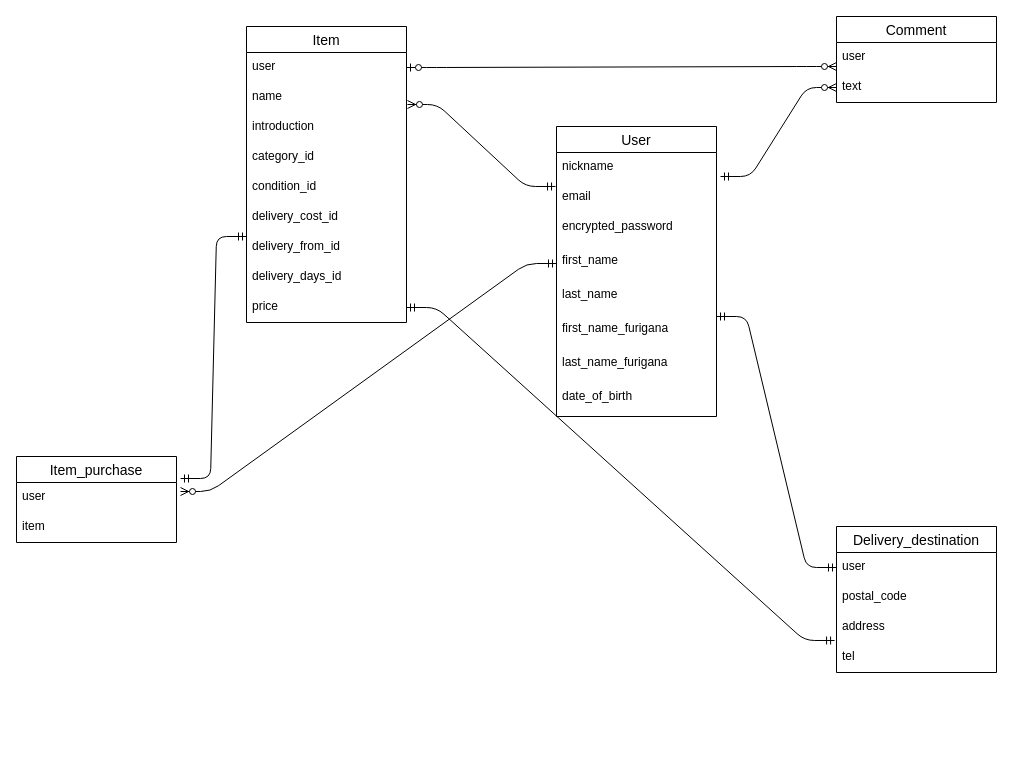
Before: test.dio in sohmama/furima-30978, a draw.io diagram. Source tidied: cells renumbered, new cells numbered last; positions are measured from the earlier drawing's top-left corner, leaving out a move shared by most shapes. Both pictures are drawn from the tidied source at 100%, with x=0, y=0 at pixel (16, 16).
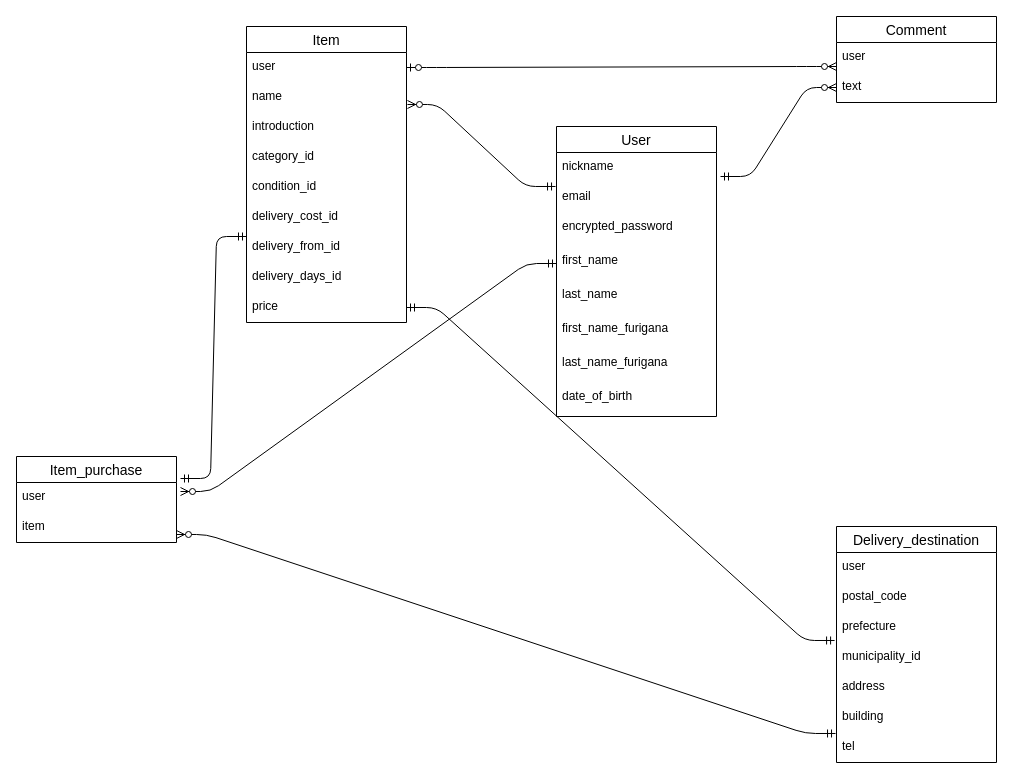
The same diagram, later.

Commit message (it also covers changes not shown here):
レビューに基づく修正2

The change refers to these unchanged cells:
```xml
<mxCell id="22" value="user" style="text;strokeColor=none;fillColor=none;spacingLeft=4;spacingRight=4;overflow=hidden;points=[[0,0.5],[1,0.5]];portConstraint=eastwest;fontSize=12;" parent="21" vertex="1">
  <mxGeometry y="26" width="160" height="30" as="geometry" />
</mxCell>
<mxCell id="35" value="item" style="text;strokeColor=none;fillColor=none;spacingLeft=4;spacingRight=4;overflow=hidden;points=[[0,0.5],[1,0.5]];portConstraint=eastwest;fontSize=12;" parent="33" vertex="1">
  <mxGeometry y="56" width="160" height="30" as="geometry" />
</mxCell>
```

Change to the diagram source:
```diff
@@
     <mxCell id="21" value="Delivery_destination" style="swimlane;fontStyle=0;horizontal=1;startSize=26;align=center;fontSize=14;rounded=0;sketch=0;" parent="1" vertex="1">
-      <mxGeometry x="820" y="510" width="160" height="146" as="geometry" />
+      <mxGeometry x="820" y="510" width="160" height="236" as="geometry" />
     </mxCell>
@@
-    <mxCell id="24" value="address" style="text;strokeColor=none;fillColor=none;spacingLeft=4;spacingRight=4;overflow=hidden;points=[[0,0.5],[1,0.5]];portConstraint=eastwest;fontSize=12;" parent="21" vertex="1">
+    <mxCell id="24" value="prefecture" style="text;strokeColor=none;fillColor=none;spacingLeft=4;spacingRight=4;overflow=hidden;points=[[0,0.5],[1,0.5]];portConstraint=eastwest;fontSize=12;" parent="21" vertex="1">
       <mxGeometry y="86" width="160" height="30" as="geometry" />
     </mxCell>
-    <mxCell id="25" value="tel" style="text;strokeColor=none;fillColor=none;spacingLeft=4;spacingRight=4;overflow=hidden;fontSize=12;" parent="21" vertex="1">
+    <mxCell id="25" value="municipality_id" style="text;strokeColor=none;fillColor=none;spacingLeft=4;spacingRight=4;overflow=hidden;fontSize=12;" parent="21" vertex="1">
       <mxGeometry y="116" width="160" height="30" as="geometry" />
     </mxCell>
+    <mxCell id="39" value="address" style="text;strokeColor=none;fillColor=none;spacingLeft=4;spacingRight=4;overflow=hidden;fontSize=12;" parent="21" vertex="1">
+      <mxGeometry y="146" width="160" height="30" as="geometry" />
+    </mxCell>
+    <mxCell id="40" value="building" style="text;strokeColor=none;fillColor=none;spacingLeft=4;spacingRight=4;overflow=hidden;fontSize=12;" parent="21" vertex="1">
+      <mxGeometry y="176" width="160" height="30" as="geometry" />
+    </mxCell>
+    <mxCell id="41" value="tel" style="text;strokeColor=none;fillColor=none;spacingLeft=4;spacingRight=4;overflow=hidden;points=[[0,0.5],[1,0.5]];portConstraint=eastwest;fontSize=12;" parent="21" vertex="1">
+      <mxGeometry y="206" width="160" height="30" as="geometry" />
+    </mxCell>
@@
-    <mxCell id="37" style="edgeStyle=entityRelationEdgeStyle;fontSize=12;html=1;endArrow=ERmandOne;startArrow=ERmandOne;entryX=0;entryY=0.5;entryDx=0;entryDy=0;" parent="1" edge="1" target="22">
-      <mxGeometry relative="1" as="geometry">
-        <mxPoint x="700" y="300" as="sourcePoint" />
-      </mxGeometry>
-    </mxCell>
@@
+    <mxCell id="42" style="edgeStyle=entityRelationEdgeStyle;fontSize=12;html=1;endArrow=ERzeroToMany;startArrow=ERmandOne;entryX=1;entryY=0.733;entryDx=0;entryDy=0;entryPerimeter=0;exitX=-0.006;exitY=0.033;exitDx=0;exitDy=0;exitPerimeter=0;" parent="1" edge="1" source="41" target="35">
+      <mxGeometry relative="1" as="geometry" />
+    </mxCell>
```
